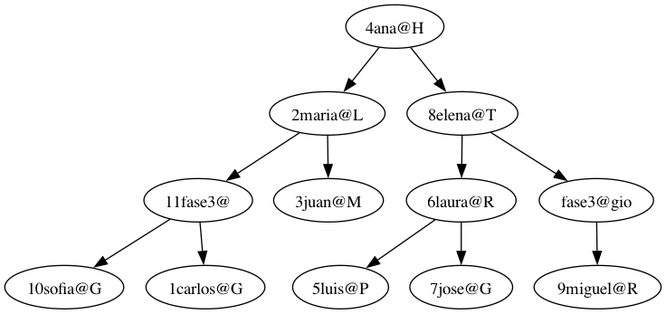
Ggi0/-EDD-Proyecto_202100229 keeps this Graphviz diagram as fase3/usuarios/reportes/AVL.png. Above is the earlier version. Its source is kept beside it as fase3/usuarios/reportes/AVL.dot.
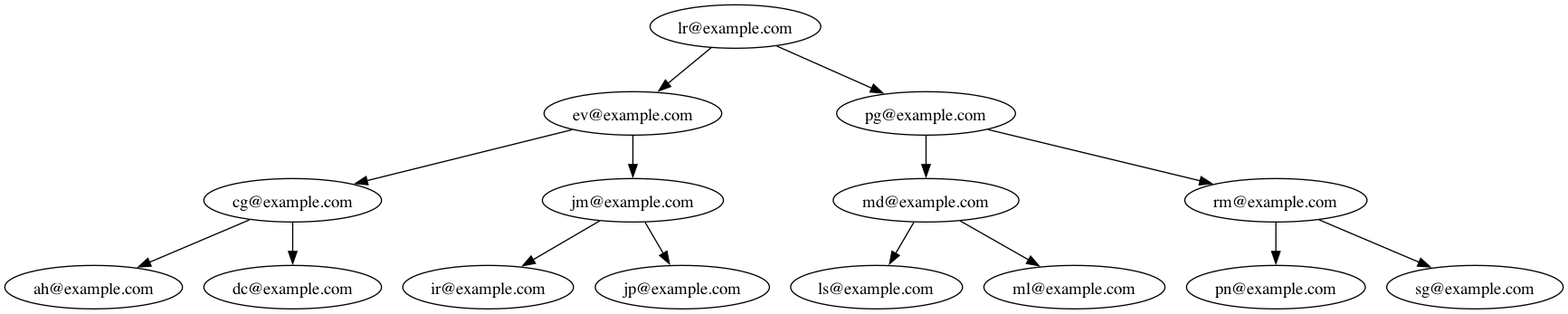
The same diagram one commit later.

The edit, as a diff of the source:
```diff
@@ -1,25 +1,31 @@
 digraph G {
-Nodo0x7f8c3bc95cf0[label = "4ana@H"]
-Nodo0x7f8c3bc95cf0->Nodo0x7f8c3bc967c0
-Nodo0x7f8c3bc95cf0->Nodo0x7f8c3bc985b0
-Nodo0x7f8c3bc967c0[label = "2maria@L"]
-Nodo0x7f8c3bc967c0->Nodo0x7f8c3bca9b30
-Nodo0x7f8c3bc967c0->Nodo0x7f8c3bc97da0
-Nodo0x7f8c3bca9b30[label = "11fase3@"]
-Nodo0x7f8c3bca9b30->Nodo0x7f8c3bc9ed60
-Nodo0x7f8c3bca9b30->Nodo0x7f8c3bc98020
-Nodo0x7f8c3bc9ed60[label = "10sofia@G"]
-Nodo0x7f8c3bc98020[label = "1carlos@G"]
-Nodo0x7f8c3bc97da0[label = "3juan@M"]
-Nodo0x7f8c3bc985b0[label = "8elena@T"]
-Nodo0x7f8c3bc985b0->Nodo0x7f8c3bca1bb0
-Nodo0x7f8c3bc985b0->Nodo0x7f8c3bca07d0
-Nodo0x7f8c3bca1bb0[label = "6laura@R"]
-Nodo0x7f8c3bca1bb0->Nodo0x7f8c3bc97820
-Nodo0x7f8c3bca1bb0->Nodo0x7f8c3bc72760
-Nodo0x7f8c3bc97820[label = "5luis@P"]
-Nodo0x7f8c3bc72760[label = "7jose@G"]
-Nodo0x7f8c3bca07d0[label = "fase3@gio"]
-Nodo0x7f8c3bca07d0->Nodo0x7f8c3bca8670
-Nodo0x7f8c3bca8670[label = "9miguel@R"]
+Nodo0x7f9f7ce63810[label = "lr@example.com"]
+Nodo0x7f9f7ce63810->Nodo0x7f9f7ce62e40
+Nodo0x7f9f7ce63810->Nodo0x7f9f7ce641e0
+Nodo0x7f9f7ce62e40[label = "ev@example.com"]
+Nodo0x7f9f7ce62e40->Nodo0x7f9f7ce62970
+Nodo0x7f9f7ce62e40->Nodo0x7f9f7ce63350
+Nodo0x7f9f7ce62970[label = "cg@example.com"]
+Nodo0x7f9f7ce62970->Nodo0x7f9f7ce626e0
+Nodo0x7f9f7ce62970->Nodo0x7f9f7ce62c00
+Nodo0x7f9f7ce626e0[label = "ah@example.com"]
+Nodo0x7f9f7ce62c00[label = "dc@example.com"]
+Nodo0x7f9f7ce63350[label = "jm@example.com"]
+Nodo0x7f9f7ce63350->Nodo0x7f9f7ce630f0
+Nodo0x7f9f7ce63350->Nodo0x7f9f7ce635b0
+Nodo0x7f9f7ce630f0[label = "ir@example.com"]
+Nodo0x7f9f7ce635b0[label = "jp@example.com"]
+Nodo0x7f9f7ce641e0[label = "pg@example.com"]
+Nodo0x7f9f7ce641e0->Nodo0x7f9f7ce63d20
+Nodo0x7f9f7ce641e0->Nodo0x7f9f7ce646a0
+Nodo0x7f9f7ce63d20[label = "md@example.com"]
+Nodo0x7f9f7ce63d20->Nodo0x7f9f7ce63ac0
+Nodo0x7f9f7ce63d20->Nodo0x7f9f7ce63f80
+Nodo0x7f9f7ce63ac0[label = "ls@example.com"]
+Nodo0x7f9f7ce63f80[label = "ml@example.com"]
+Nodo0x7f9f7ce646a0[label = "rm@example.com"]
+Nodo0x7f9f7ce646a0->Nodo0x7f9f7ce64440
+Nodo0x7f9f7ce646a0->Nodo0x7f9f7ce64900
+Nodo0x7f9f7ce64440[label = "pn@example.com"]
+Nodo0x7f9f7ce64900[label = "sg@example.com"]
 }
```
